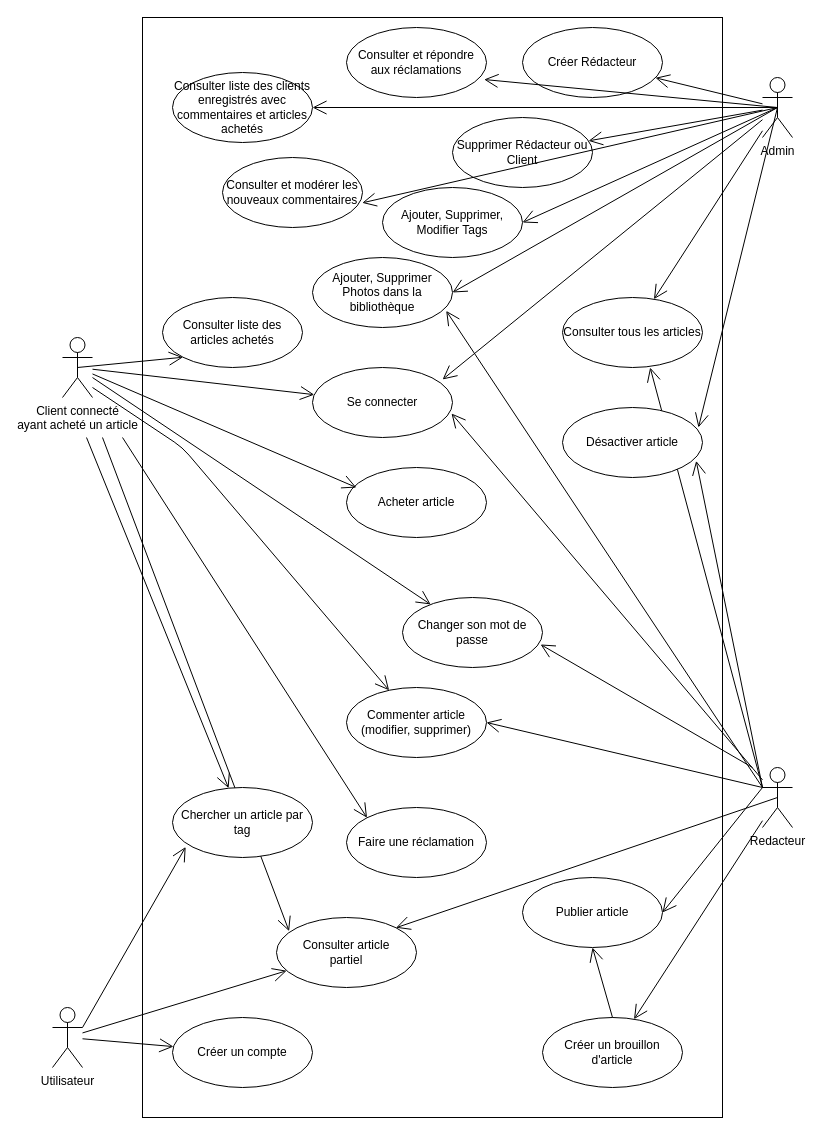
Wathil/POECNews keeps this draw.io diagram as diagrams/Cas d utilisation.drawio. Above is the earlier version. Source tidied: cells renumbered, new cells numbered last; positions are measured from the earlier drawing's top-left corner, leaving out a move shared by most shapes. Both pictures are drawn from the tidied source at 100%, with x=0, y=0 at pixel (52, 17).
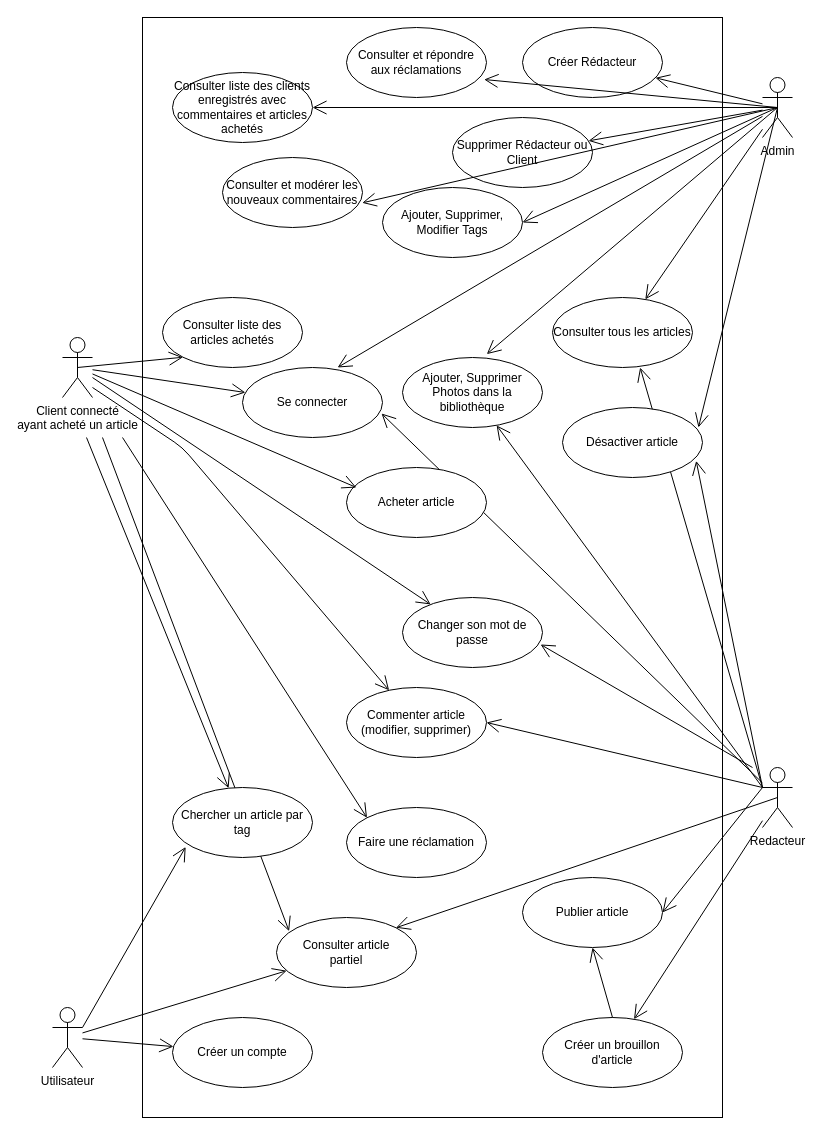
The same page after the edit.

The change refers to these unchanged cells:
```xml
<mxCell id="4" value="Admin" style="shape=umlActor;verticalLabelPosition=bottom;verticalAlign=top;html=1;outlineConnect=0;" parent="1" vertex="1">
  <mxGeometry x="710" y="60" width="30" height="60" as="geometry" />
</mxCell>
<mxCell id="5" value="Redacteur" style="shape=umlActor;verticalLabelPosition=bottom;verticalAlign=top;html=1;outlineConnect=0;" parent="1" vertex="1">
  <mxGeometry x="710" y="750" width="30" height="60" as="geometry" />
</mxCell>
```

What changed in the source:
```diff
@@
     <mxCell id="9" value="Se connecter" style="ellipse;whiteSpace=wrap;html=1;" parent="1" vertex="1">
-      <mxGeometry x="260" y="350" width="140" height="70" as="geometry" />
+      <mxGeometry x="190" y="350" width="140" height="70" as="geometry" />
     </mxCell>
@@
-    <mxCell id="12" style="endArrow=open;endFill=1;endSize=12;html=1;entryX=0.929;entryY=0.171;entryDx=0;entryDy=0;entryPerimeter=0;" parent="1" edge="1" source="4" target="9">
+    <mxCell id="12" style="endArrow=open;endFill=1;endSize=12;html=1;entryX=0.679;entryY=0;entryDx=0;entryDy=0;entryPerimeter=0;" parent="1" edge="1" source="4" target="9">
       <mxGeometry relative="1" as="geometry" />
     </mxCell>
@@
     <mxCell id="38" value="Consulter tous les articles" style="ellipse;whiteSpace=wrap;html=1;" parent="1" vertex="1">
-      <mxGeometry x="510" y="280" width="140" height="70" as="geometry" />
+      <mxGeometry x="500" y="280" width="140" height="70" as="geometry" />
     </mxCell>
@@
     <mxCell id="46" value="Ajouter, Supprimer Photos dans la bibliothèque" style="ellipse;whiteSpace=wrap;html=1;" parent="1" vertex="1">
-      <mxGeometry x="260" y="240" width="140" height="70" as="geometry" />
+      <mxGeometry x="350" y="340" width="140" height="70" as="geometry" />
     </mxCell>
-    <mxCell id="47" style="endArrow=open;endFill=1;endSize=12;html=1;entryX=1;entryY=0.5;entryDx=0;entryDy=0;exitX=0.5;exitY=0.5;exitDx=0;exitDy=0;exitPerimeter=0;" parent="1" edge="1" source="4" target="46">
+    <mxCell id="47" style="endArrow=open;endFill=1;endSize=12;html=1;entryX=0.602;entryY=-0.048;entryDx=0;entryDy=0;exitX=0.5;exitY=0.5;exitDx=0;exitDy=0;exitPerimeter=0;entryPerimeter=0;" parent="1" edge="1" source="4" target="46">
       <mxGeometry relative="1" as="geometry" />
     </mxCell>
-    <mxCell id="48" style="endArrow=open;endFill=1;endSize=12;html=1;exitX=0;exitY=0.3333333333333333;exitDx=0;exitDy=0;exitPerimeter=0;entryX=0.955;entryY=0.762;entryDx=0;entryDy=0;entryPerimeter=0;" parent="1" edge="1" source="5" target="46">
+    <mxCell id="48" style="endArrow=open;endFill=1;endSize=12;html=1;exitX=0;exitY=0.3333333333333333;exitDx=0;exitDy=0;exitPerimeter=0;" parent="1" edge="1" source="5" target="46">
       <mxGeometry relative="1" as="geometry" />
     </mxCell>
```
